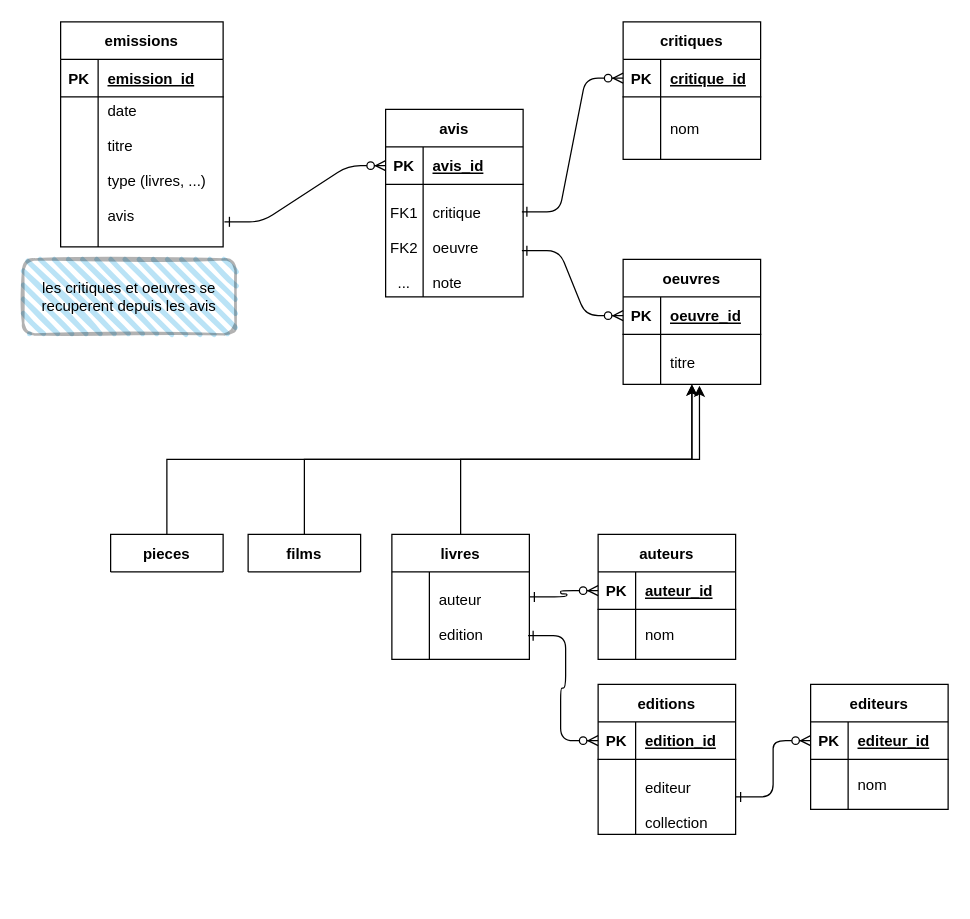
Earlier version of the draw.io diagram db/lmelp.drawio (castorfou/lmelp). Source tidied: cells renumbered, new cells numbered last; positions are measured from the earlier drawing's top-left corner, leaving out a move shared by most shapes. Both pictures are drawn from the tidied source at 125%, with x=0, y=0 at pixel (22, 21).
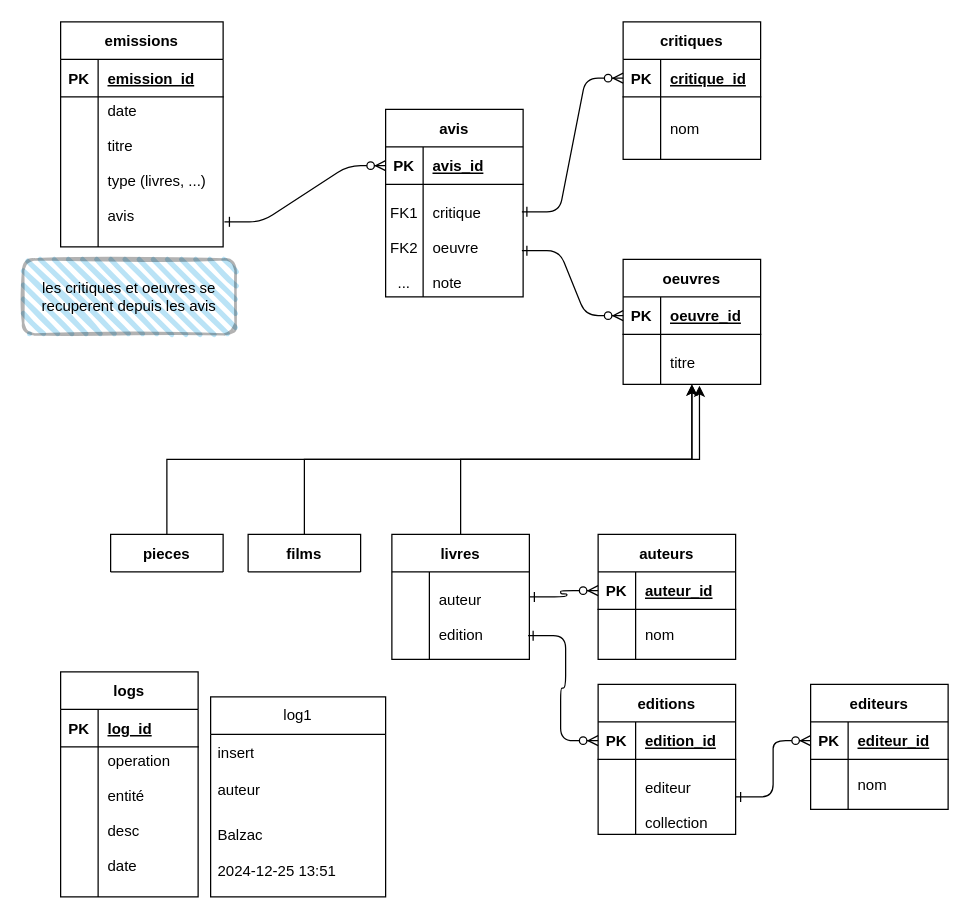
The same page after the edit.

The edit, as a diff of the source:
```diff
@@
+    <mxCell id="67" value="logs" style="shape=table;startSize=30;childLayout=tableLayout;rowLines=0;fontStyle=1;align=center;" parent="1" vertex="1">
+      <mxGeometry x="30" y="520" width="110" height="180" as="geometry" />
+    </mxCell>
+    <mxCell id="68" style="shape=partialRectangle;fillColor=none;top=0;left=0;right=0;bottom=1;" parent="67" vertex="1">
+      <mxGeometry y="30" width="110" height="30" as="geometry" />
+    </mxCell>
+    <mxCell id="69" value="PK" style="shape=partialRectangle;overflow=hidden;fillColor=none;top=0;left=0;bottom=0;right=0;fontStyle=1;" parent="68" vertex="1">
+      <mxGeometry width="30" height="30" as="geometry" />
+    </mxCell>
+    <mxCell id="70" value="log_id" style="shape=partialRectangle;overflow=hidden;fillColor=none;top=0;left=0;bottom=0;right=0;align=left;spacingLeft=6;fontStyle=5;" parent="68" vertex="1">
+      <mxGeometry x="30" width="80" height="30" as="geometry" />
+    </mxCell>
+    <mxCell id="71" style="shape=partialRectangle;fillColor=none;top=0;left=0;right=0;bottom=0;" parent="67" vertex="1">
+      <mxGeometry y="60" width="110" height="120" as="geometry" />
+    </mxCell>
+    <mxCell id="72" style="shape=partialRectangle;overflow=hidden;fillColor=none;top=0;left=0;bottom=0;right=0;" parent="71" vertex="1">
+      <mxGeometry width="30" height="120" as="geometry" />
+    </mxCell>
+    <mxCell id="73" value="operation&#10;&#10;entité&#10;&#10;desc&#10;&#10;date&#10;" style="shape=partialRectangle;overflow=hidden;fillColor=none;top=0;left=0;bottom=0;right=0;align=left;spacingLeft=6;" parent="71" vertex="1">
+      <mxGeometry x="30" width="80" height="120" as="geometry" />
+    </mxCell>
+    <mxCell id="74" value="log1" style="swimlane;fontStyle=0;horizontal=1;startSize=30;whiteSpace=wrap;html=1;" parent="1" vertex="1">
+      <mxGeometry x="150" y="540" width="140" height="160" as="geometry" />
+    </mxCell>
+    <mxCell id="75" value="insert" style="text;strokeColor=none;fillColor=none;align=left;verticalAlign=middle;spacingLeft=4;spacingRight=4;overflow=hidden;whiteSpace=wrap;html=1;" parent="74" vertex="1">
+      <mxGeometry y="30" width="140" height="30" as="geometry" />
+    </mxCell>
+    <mxCell id="76" value="auteur" style="text;strokeColor=none;fillColor=none;align=left;verticalAlign=middle;spacingLeft=4;spacingRight=4;overflow=hidden;whiteSpace=wrap;html=1;" parent="74" vertex="1">
+      <mxGeometry y="60" width="140" height="30" as="geometry" />
+    </mxCell>
+    <mxCell id="77" value="&lt;div&gt;Balzac&lt;/div&gt;&lt;div&gt;&lt;br&gt;&lt;/div&gt;&lt;div&gt;2024-12-25 13:51&lt;br&gt;&lt;/div&gt;" style="text;strokeColor=none;fillColor=none;align=left;verticalAlign=middle;spacingLeft=4;spacingRight=4;overflow=hidden;whiteSpace=wrap;html=1;" parent="74" vertex="1">
+      <mxGeometry y="90" width="140" height="70" as="geometry" />
+    </mxCell>
```
